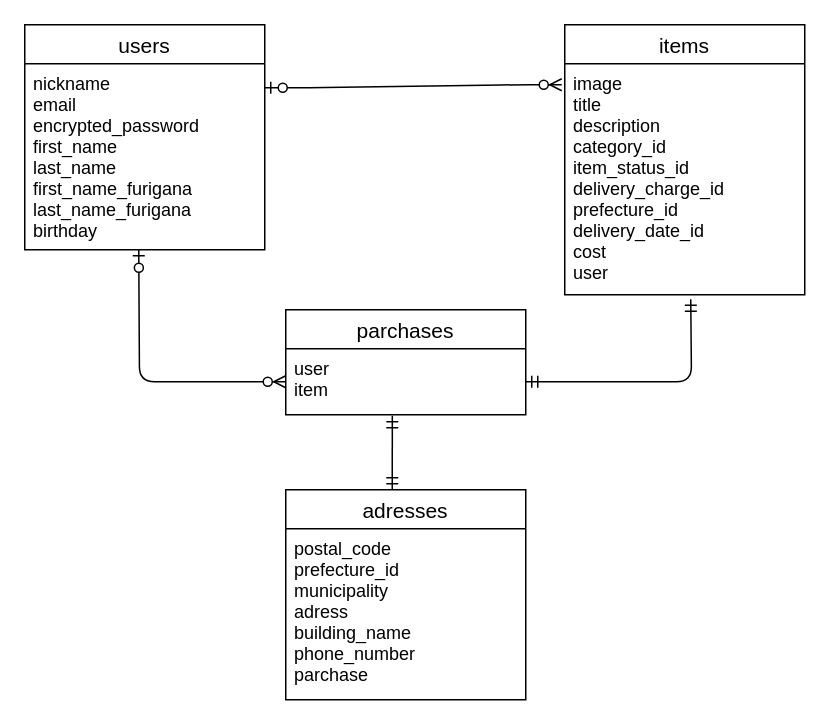
hidapen/furima-35859 keeps this draw.io diagram as test.dio. Above is the earlier version. Source tidied: cells renumbered, new cells numbered last; positions are measured from the earlier drawing's top-left corner, leaving out a move shared by most shapes. Both pictures are drawn from the tidied source at 150%, with x=0, y=0 at pixel (24, 24).
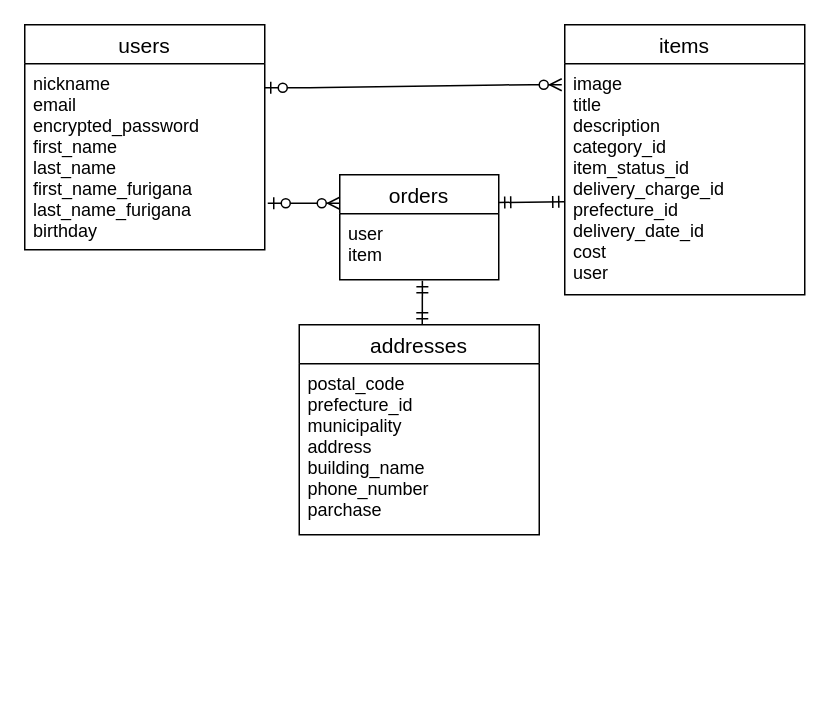
Above is the later version.

Commit message (it also covers changes not shown here):
DB設計 名前変更 parchase⇨order

Diff of the diagram source:
```diff
@@
 <mxGraphModel>
   <root>
     <mxCell id="0" />
     <mxCell id="1" parent="0" />
     <mxCell id="2" value="users" style="swimlane;fontStyle=0;horizontal=1;startSize=26;align=center;fontSize=14;" parent="1" vertex="1">
       <mxGeometry width="160" height="150" as="geometry" />
     </mxCell>
     <mxCell id="3" value="nickname&#10;email&#10;encrypted_password&#10;first_name&#10;last_name&#10;first_name_furigana&#10;last_name_furigana&#10;birthday" style="text;strokeColor=none;fillColor=none;spacingLeft=4;spacingRight=4;overflow=hidden;fontSize=12;" parent="2" vertex="1">
       <mxGeometry y="26" width="160" height="124" as="geometry" />
     </mxCell>
     <mxCell id="4" value="items" style="swimlane;fontStyle=0;horizontal=1;startSize=26;align=center;fontSize=14;" parent="1" vertex="1">
       <mxGeometry x="360" width="160" height="180" as="geometry" />
     </mxCell>
     <mxCell id="5" value="image&#10;title&#10;description&#10;category_id&#10;item_status_id&#10;delivery_charge_id&#10;prefecture_id&#10;delivery_date_id&#10;cost&#10;user" style="text;strokeColor=none;fillColor=none;spacingLeft=4;spacingRight=4;overflow=hidden;fontSize=12;" parent="4" vertex="1">
       <mxGeometry y="26" width="160" height="154" as="geometry" />
     </mxCell>
-    <mxCell id="6" value="parchases" style="swimlane;fontStyle=0;horizontal=1;startSize=26;align=center;fontSize=14;" parent="1" vertex="1">
-      <mxGeometry x="174" y="190" width="160" height="70" as="geometry" />
+    <mxCell id="6" value="orders" style="swimlane;fontStyle=0;horizontal=1;startSize=26;align=center;fontSize=14;" parent="1" vertex="1">
+      <mxGeometry x="210" y="100" width="106" height="70" as="geometry" />
     </mxCell>
     <mxCell id="7" value="user&#10;item" style="text;strokeColor=none;fillColor=none;spacingLeft=4;spacingRight=4;overflow=hidden;points=[[0,0.5],[1,0.5]];portConstraint=eastwest;fontSize=12;" parent="6" vertex="1">
-      <mxGeometry y="26" width="160" height="44" as="geometry" />
+      <mxGeometry y="26" width="106" height="44" as="geometry" />
     </mxCell>
     <mxCell id="8" style="edgeStyle=entityRelationEdgeStyle;fontSize=12;html=1;endArrow=ERzeroToMany;startArrow=ERzeroToOne;" parent="1" edge="1">
       <mxGeometry relative="1" as="geometry">
         <mxPoint x="160" y="42" as="sourcePoint" />
         <mxPoint x="358" y="40" as="targetPoint" />
       </mxGeometry>
     </mxCell>
-    <mxCell id="9" value="adresses" style="swimlane;fontStyle=0;horizontal=1;startSize=26;align=center;fontSize=14;" parent="1" vertex="1">
-      <mxGeometry x="174" y="310" width="160" height="140" as="geometry" />
+    <mxCell id="9" value="addresses" style="swimlane;fontStyle=0;horizontal=1;startSize=26;align=center;fontSize=14;" parent="1" vertex="1">
+      <mxGeometry x="183" y="200" width="160" height="140" as="geometry" />
     </mxCell>
-    <mxCell id="10" value="postal_code&#10;prefecture_id&#10;municipality&#10;adress&#10;building_name&#10;phone_number&#10;parchase" style="text;strokeColor=none;fillColor=none;spacingLeft=4;spacingRight=4;overflow=hidden;fontSize=12;" parent="9" vertex="1">
+    <mxCell id="10" value="postal_code&#10;prefecture_id&#10;municipality&#10;address&#10;building_name&#10;phone_number&#10;parchase" style="text;strokeColor=none;fillColor=none;spacingLeft=4;spacingRight=4;overflow=hidden;fontSize=12;" parent="9" vertex="1">
       <mxGeometry y="26" width="160" height="114" as="geometry" />
     </mxCell>
-    <mxCell id="11" style="fontSize=12;html=1;endArrow=ERmandOne;startArrow=ERmandOne;entryX=0.444;entryY=1.014;entryDx=0;entryDy=0;entryPerimeter=0;" parent="1" edge="1" target="7">
+    <mxCell id="11" style="fontSize=12;html=1;endArrow=ERmandOne;startArrow=ERmandOne;entryX=0.444;entryY=1.014;entryDx=0;entryDy=0;entryPerimeter=0;" parent="1" edge="1">
       <mxGeometry relative="1" as="geometry">
-        <mxPoint x="245" y="310" as="sourcePoint" />
+        <mxPoint x="265" y="200" as="sourcePoint" />
+        <mxPoint x="265.1" y="170.6" as="targetPoint" />
       </mxGeometry>
     </mxCell>
-    <mxCell id="12" style="edgeStyle=orthogonalEdgeStyle;fontSize=12;html=1;endArrow=ERzeroToMany;startArrow=ERzeroToOne;entryX=0;entryY=0.5;entryDx=0;entryDy=0;" parent="1" edge="1" target="7">
+    <mxCell id="12" style="fontSize=12;html=1;endArrow=ERzeroToMany;startArrow=ERzeroToOne;" parent="1" edge="1">
       <mxGeometry relative="1" as="geometry">
-        <mxPoint x="76" y="150" as="sourcePoint" />
+        <mxPoint x="162" y="119" as="sourcePoint" />
+        <mxPoint x="210" y="119" as="targetPoint" />
       </mxGeometry>
     </mxCell>
-    <mxCell id="13" style="edgeStyle=orthogonalEdgeStyle;fontSize=12;html=1;endArrow=ERmandOne;startArrow=ERmandOne;exitX=1;exitY=0.5;exitDx=0;exitDy=0;" parent="1" edge="1" source="7">
+    <mxCell id="13" style="fontSize=12;html=1;endArrow=ERmandOne;startArrow=ERmandOne;exitX=1;exitY=0.25;exitDx=0;exitDy=0;entryX=0;entryY=0.591;entryDx=0;entryDy=0;entryPerimeter=0;" parent="1" edge="1">
       <mxGeometry relative="1" as="geometry">
-        <mxPoint x="444" y="183" as="targetPoint" />
+        <mxPoint x="316" y="118.5" as="sourcePoint" />
+        <mxPoint x="360" y="118" as="targetPoint" />
       </mxGeometry>
     </mxCell>
   </root>
 </mxGraphModel>
```
